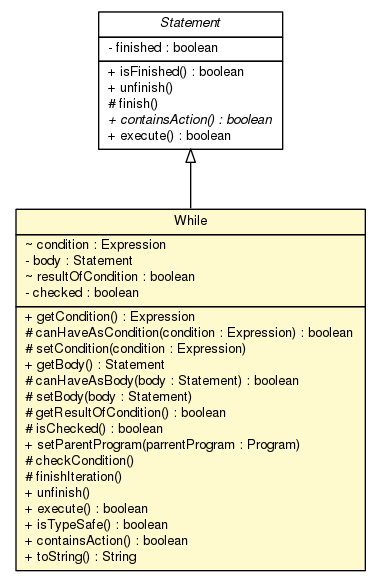
Above: doc/model/programs/parsing/language/statement/While.png in sinopeus/asteroids (Graphviz), before the change. Its source is kept beside it as doc/model/programs/parsing/language/statement/While.dot.
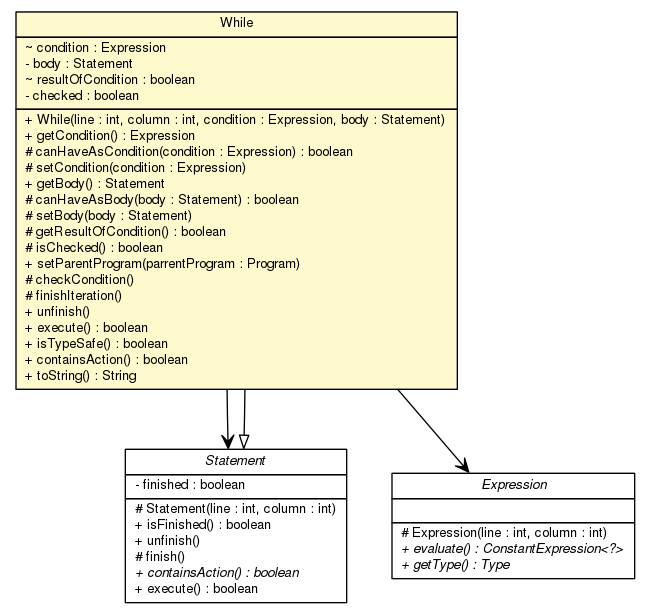
After the commit.

Diff of the diagram source:
```diff
@@ -4,7 +4,20 @@
 	node [fontname="Helvetica",fontsize=10,shape=plaintext];
 	nodesep=0.25;
 	ranksep=0.5;
-	c17757 [label=<<table title="model.programs.parsing.language.statement.Statement" border="0" cellborder="1" cellspacing="0" cellpadding="2" port="p" href="./Statement.html">
+	c17773 [label=<<table title="model.programs.parsing.language.expression.Expression" border="0" cellborder="1" cellspacing="0" cellpadding="2" port="p" href="../expression/Expression.html">
+		<tr><td><table border="0" cellspacing="0" cellpadding="1">
+<tr><td align="center" balign="center"><font face="Helvetica-Oblique"> Expression </font></td></tr>
+		</table></td></tr>
+		<tr><td><table border="0" cellspacing="0" cellpadding="1">
+<tr><td align="left" balign="left">  </td></tr>
+		</table></td></tr>
+		<tr><td><table border="0" cellspacing="0" cellpadding="1">
+<tr><td align="left" balign="left"> # Expression(line : int, column : int) </td></tr>
+<tr><td align="left" balign="left"><font face="Helvetica-Oblique" point-size="10.0"> + evaluate() : ConstantExpression&lt;?&gt; </font></td></tr>
+<tr><td align="left" balign="left"><font face="Helvetica-Oblique" point-size="10.0"> + getType() : Type </font></td></tr>
+		</table></td></tr>
+		</table>>, URL="../expression/Expression.html", fontname="Helvetica", fontcolor="black", fontsize=10.0];
+	c17812 [label=<<table title="model.programs.parsing.language.statement.Statement" border="0" cellborder="1" cellspacing="0" cellpadding="2" port="p" href="./Statement.html">
 		<tr><td><table border="0" cellspacing="0" cellpadding="1">
 <tr><td align="center" balign="center"><font face="Helvetica-Oblique"> Statement </font></td></tr>
 		</table></td></tr>
@@ -12,6 +25,7 @@
 <tr><td align="left" balign="left"> - finished : boolean </td></tr>
 		</table></td></tr>
 		<tr><td><table border="0" cellspacing="0" cellpadding="1">
+<tr><td align="left" balign="left"> # Statement(line : int, column : int) </td></tr>
 <tr><td align="left" balign="left"> + isFinished() : boolean </td></tr>
 <tr><td align="left" balign="left"> + unfinish() </td></tr>
 <tr><td align="left" balign="left"> # finish() </td></tr>
@@ -19,7 +33,7 @@
 <tr><td align="left" balign="left"> + execute() : boolean </td></tr>
 		</table></td></tr>
 		</table>>, URL="./Statement.html", fontname="Helvetica", fontcolor="black", fontsize=10.0];
-	c17761 [label=<<table title="model.programs.parsing.language.statement.While" border="0" cellborder="1" cellspacing="0" cellpadding="2" port="p" bgcolor="lemonChiffon" href="./While.html">
+	c17816 [label=<<table title="model.programs.parsing.language.statement.While" border="0" cellborder="1" cellspacing="0" cellpadding="2" port="p" bgcolor="lemonChiffon" href="./While.html">
 		<tr><td><table border="0" cellspacing="0" cellpadding="1">
 <tr><td align="center" balign="center"> While </td></tr>
 		</table></td></tr>
@@ -30,6 +44,7 @@
 <tr><td align="left" balign="left"> - checked : boolean </td></tr>
 		</table></td></tr>
 		<tr><td><table border="0" cellspacing="0" cellpadding="1">
+<tr><td align="left" balign="left"> + While(line : int, column : int, condition : Expression, body : Statement) </td></tr>
 <tr><td align="left" balign="left"> + getCondition() : Expression </td></tr>
 <tr><td align="left" balign="left"> # canHaveAsCondition(condition : Expression) : boolean </td></tr>
 <tr><td align="left" balign="left"> # setCondition(condition : Expression) </td></tr>
@@ -48,5 +63,7 @@
 <tr><td align="left" balign="left"> + toString() : String </td></tr>
 		</table></td></tr>
 		</table>>, URL="./While.html", fontname="Helvetica", fontcolor="black", fontsize=10.0];
-	c17757:p -> c17761:p [dir=back,arrowtail=empty];
+	c17812:p -> c17816:p [dir=back,arrowtail=empty];
+	c17816:p -> c17773:p [taillabel="", label="", headlabel="", fontname="Helvetica", fontcolor="black", fontsize=10.0, color="black", arrowhead=open];
+	c17816:p -> c17812:p [taillabel="", label="", headlabel="", fontname="Helvetica", fontcolor="black", fontsize=10.0, color="black", arrowhead=open];
 }
```
